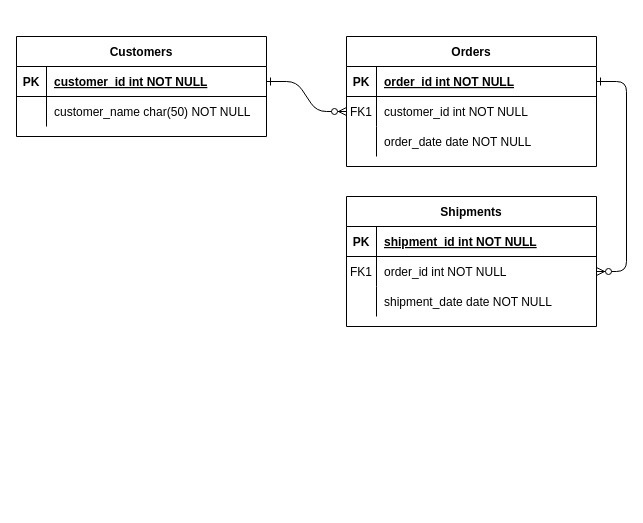
The draw.io diagram docs/ERD.drawio in gybubest/midterm, before the edit. Source tidied: cells renumbered, new cells numbered last; positions are measured from the earlier drawing's top-left corner, leaving out a move shared by most shapes. Both pictures are drawn from the tidied source at 100%, with x=0, y=0 at pixel (16, 36).
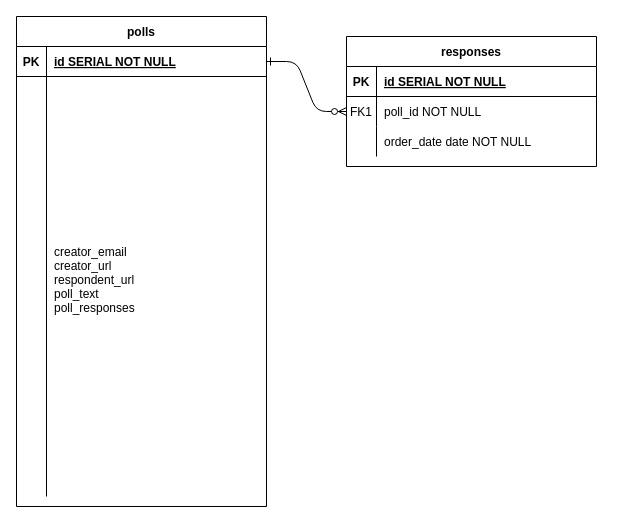
After the change.

Unchanged cells that the change refers to:
```xml
<mxCell id="5" style="shape=partialRectangle;fillColor=none;points=[[0,0.5],[1,0.5]];portConstraint=eastwest;top=0;left=0;right=0;bottom=1;" parent="4" vertex="1">
  <mxGeometry y="30" width="250" height="30" as="geometry" />
</mxCell>
<mxCell id="8" style="shape=partialRectangle;fillColor=none;points=[[0,0.5],[1,0.5]];portConstraint=eastwest;top=0;left=0;right=0;bottom=0;" parent="4" vertex="1">
  <mxGeometry y="60" width="250" height="30" as="geometry" />
</mxCell>
<mxCell id="25" style="shape=partialRectangle;fillColor=none;points=[[0,0.5],[1,0.5]];portConstraint=eastwest;top=0;left=0;right=0;bottom=1;" parent="24" vertex="1">
  <mxGeometry y="30" width="250" height="30" as="geometry" />
</mxCell>
```

Diff of the diagram source:
```diff
@@
-    <mxCell id="3" style="edgeStyle=entityRelationEdgeStyle;endArrow=ERzeroToMany;startArrow=ERone;endFill=1;startFill=0;" parent="1" edge="1" source="5" target="18">
-      <mxGeometry relative="1" as="geometry" />
-    </mxCell>
-    <mxCell id="4" value="Orders" style="shape=table;startSize=30;childLayout=tableLayout;rowLines=0;fontStyle=1;align=center;" parent="1" vertex="1">
+    <mxCell id="4" value="responses" style="shape=table;startSize=30;childLayout=tableLayout;rowLines=0;fontStyle=1;align=center;" parent="1" vertex="1">
       <mxGeometry x="330" width="250" height="130" as="geometry" />
     </mxCell>
@@
-    <mxCell id="7" value="order_id int NOT NULL " style="shape=partialRectangle;overflow=hidden;fillColor=none;top=0;left=0;bottom=0;right=0;align=left;spacingLeft=6;fontStyle=5;" parent="5" vertex="1">
+    <mxCell id="7" value="id SERIAL NOT NULL " style="shape=partialRectangle;overflow=hidden;fillColor=none;top=0;left=0;bottom=0;right=0;align=left;spacingLeft=6;fontStyle=5;" parent="5" vertex="1">
       <mxGeometry x="30" width="220" height="30" as="geometry" />
     </mxCell>
@@
-    <mxCell id="10" value="customer_id int NOT NULL" style="shape=partialRectangle;overflow=hidden;fillColor=none;top=0;left=0;bottom=0;right=0;align=left;spacingLeft=6;" parent="8" vertex="1">
+    <mxCell id="10" value="poll_id NOT NULL" style="shape=partialRectangle;overflow=hidden;fillColor=none;top=0;left=0;bottom=0;right=0;align=left;spacingLeft=6;" parent="8" vertex="1">
       <mxGeometry x="30" width="220" height="30" as="geometry" />
     </mxCell>
@@
-    <mxCell id="14" value="Shipments" style="shape=table;startSize=30;childLayout=tableLayout;rowLines=0;fontStyle=1;align=center;" parent="1" vertex="1">
-      <mxGeometry x="330" y="160" width="250" height="130" as="geometry" />
-    </mxCell>
-    <mxCell id="15" style="shape=partialRectangle;fillColor=none;top=0;left=0;right=0;bottom=1;" parent="14" vertex="1">
-      <mxGeometry y="30" width="250" height="30" as="geometry" />
-    </mxCell>
-    <mxCell id="16" value="PK" style="shape=partialRectangle;overflow=hidden;fillColor=none;top=0;left=0;bottom=0;right=0;fontStyle=1;" parent="15" vertex="1">
-      <mxGeometry width="30" height="30" as="geometry" />
-    </mxCell>
-    <mxCell id="17" value="shipment_id int NOT NULL " style="shape=partialRectangle;overflow=hidden;fillColor=none;top=0;left=0;bottom=0;right=0;align=left;spacingLeft=6;fontStyle=5;" parent="15" vertex="1">
-      <mxGeometry x="30" width="220" height="30" as="geometry" />
-    </mxCell>
-    <mxCell id="18" style="shape=partialRectangle;fillColor=none;points=[[0,0.5],[1,0.5]];portConstraint=eastwest;top=0;left=0;right=0;bottom=0;" parent="14" vertex="1">
-      <mxGeometry y="60" width="250" height="30" as="geometry" />
-    </mxCell>
-    <mxCell id="19" value="FK1" style="shape=partialRectangle;overflow=hidden;fillColor=none;top=0;left=0;bottom=0;right=0;" parent="18" vertex="1">
-      <mxGeometry width="30" height="30" as="geometry" />
-    </mxCell>
-    <mxCell id="20" value="order_id int NOT NULL" style="shape=partialRectangle;overflow=hidden;fillColor=none;top=0;left=0;bottom=0;right=0;align=left;spacingLeft=6;" parent="18" vertex="1">
-      <mxGeometry x="30" width="220" height="30" as="geometry" />
-    </mxCell>
-    <mxCell id="21" style="shape=partialRectangle;fillColor=none;top=0;left=0;right=0;bottom=0;" parent="14" vertex="1">
-      <mxGeometry y="90" width="250" height="30" as="geometry" />
-    </mxCell>
-    <mxCell id="22" style="shape=partialRectangle;overflow=hidden;fillColor=none;top=0;left=0;bottom=0;right=0;" parent="21" vertex="1">
-      <mxGeometry width="30" height="30" as="geometry" />
-    </mxCell>
-    <mxCell id="23" value="shipment_date date NOT NULL" style="shape=partialRectangle;overflow=hidden;fillColor=none;top=0;left=0;bottom=0;right=0;align=left;spacingLeft=6;" parent="21" vertex="1">
-      <mxGeometry x="30" width="220" height="30" as="geometry" />
-    </mxCell>
-    <mxCell id="24" value="Customers" style="shape=table;startSize=30;childLayout=tableLayout;rowLines=0;fontStyle=1;align=center;" parent="1" vertex="1">
-      <mxGeometry width="250" height="100" as="geometry" />
+    <mxCell id="24" value="polls" style="shape=table;startSize=30;childLayout=tableLayout;rowLines=0;fontStyle=1;align=center;" parent="1" vertex="1">
+      <mxGeometry y="-20" width="250" height="490" as="geometry" />
     </mxCell>
@@
-    <mxCell id="27" value="customer_id int NOT NULL " style="shape=partialRectangle;overflow=hidden;fillColor=none;top=0;left=0;bottom=0;right=0;align=left;spacingLeft=6;fontStyle=5;" parent="25" vertex="1">
+    <mxCell id="27" value="id SERIAL NOT NULL " style="shape=partialRectangle;overflow=hidden;fillColor=none;top=0;left=0;bottom=0;right=0;align=left;spacingLeft=6;fontStyle=5;" parent="25" vertex="1">
       <mxGeometry x="30" width="220" height="30" as="geometry" />
     </mxCell>
     <mxCell id="28" style="shape=partialRectangle;fillColor=none;top=0;left=0;right=0;bottom=0;" parent="24" vertex="1">
-      <mxGeometry y="60" width="250" height="30" as="geometry" />
+      <mxGeometry y="60" width="250" height="420" as="geometry" />
     </mxCell>
     <mxCell id="29" style="shape=partialRectangle;overflow=hidden;fillColor=none;top=0;left=0;bottom=0;right=0;" parent="28" vertex="1">
-      <mxGeometry width="30" height="30" as="geometry" />
+      <mxGeometry width="30" height="420" as="geometry" />
     </mxCell>
-    <mxCell id="30" value="customer_name char(50) NOT NULL" style="shape=partialRectangle;overflow=hidden;fillColor=none;top=0;left=0;bottom=0;right=0;align=left;spacingLeft=6;" parent="28" vertex="1">
-      <mxGeometry x="30" width="220" height="30" as="geometry" />
+    <mxCell id="30" value="creator_email&#10;creator_url&#10;respondent_url&#10;poll_text&#10;poll_responses&#10;" style="shape=partialRectangle;overflow=hidden;fillColor=none;top=0;left=0;bottom=0;right=0;align=left;spacingLeft=6;" parent="28" vertex="1">
+      <mxGeometry x="30" width="220" height="420" as="geometry" />
     </mxCell>
```
